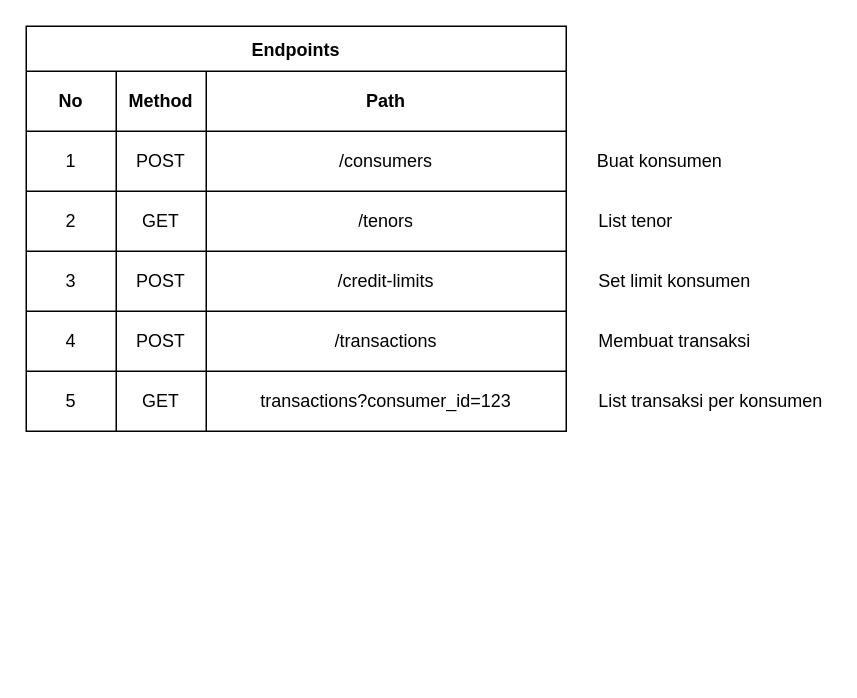
Above: page "endpoints" (4 of 4) of docs/docs.drawio in skyespirates/sikmatek (draw.io), before the change. Source tidied: cells renumbered, new cells numbered last; positions are measured from the earlier drawing's top-left corner, leaving out a move shared by most shapes. Both pictures are drawn from the tidied source at 150%, with x=0, y=0 at pixel (26, 26).
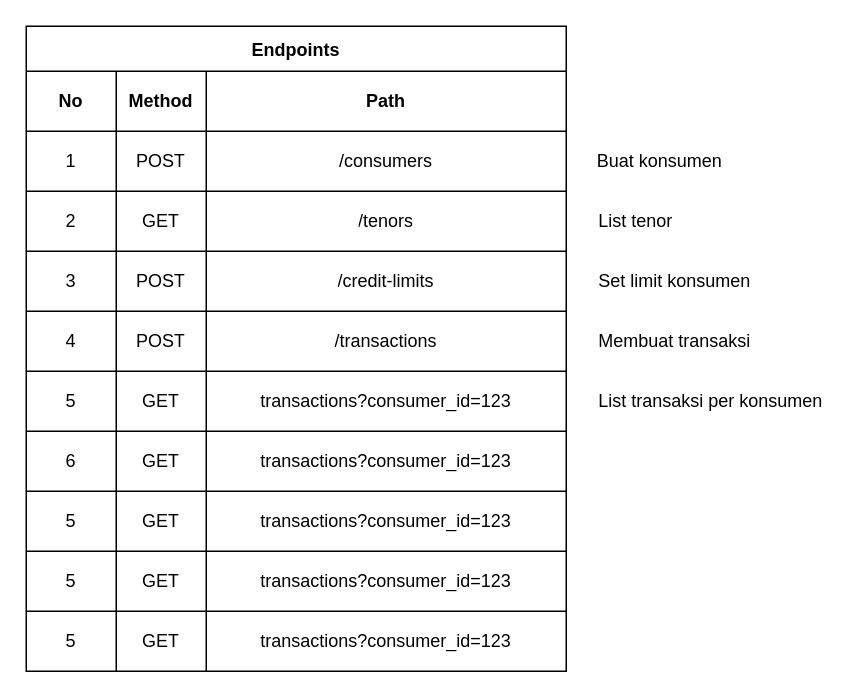
After the change.

Diff of the diagram source:
```diff
@@
     <mxCell id="2" value="Endpoints" style="shape=table;startSize=30;childLayout=tableLayout;fontStyle=1;align=center;" parent="1" vertex="1">
-      <mxGeometry width="360" height="270" as="geometry" />
+      <mxGeometry width="360" height="430" as="geometry" />
     </mxCell>
@@
+    <mxCell id="32" style="shape=partialRectangle;html=1;whiteSpace=wrap;fillColor=none;top=0;left=0;bottom=0;right=0;" parent="2" vertex="1">
+      <mxGeometry y="270" width="360" height="40" as="geometry" />
+    </mxCell>
+    <mxCell id="33" value="6" style="shape=partialRectangle;html=1;whiteSpace=wrap;fillColor=none;top=0;left=0;bottom=0;right=0;overflow=hidden;" parent="32" vertex="1">
+      <mxGeometry width="60" height="40" as="geometry" />
+    </mxCell>
+    <mxCell id="34" value="GET" style="shape=partialRectangle;html=1;whiteSpace=wrap;fillColor=none;top=0;left=0;bottom=0;right=0;overflow=hidden;" parent="32" vertex="1">
+      <mxGeometry x="60" width="60" height="40" as="geometry" />
+    </mxCell>
+    <mxCell id="35" value="transactions?consumer_id=123" style="shape=partialRectangle;html=1;whiteSpace=wrap;fillColor=none;top=0;left=0;bottom=0;right=0;overflow=hidden;" parent="32" vertex="1">
+      <mxGeometry x="120" width="240" height="40" as="geometry" />
+    </mxCell>
+    <mxCell id="36" style="shape=partialRectangle;html=1;whiteSpace=wrap;fillColor=none;top=0;left=0;bottom=0;right=0;" parent="2" vertex="1">
+      <mxGeometry y="310" width="360" height="40" as="geometry" />
+    </mxCell>
+    <mxCell id="37" value="5" style="shape=partialRectangle;html=1;whiteSpace=wrap;fillColor=none;top=0;left=0;bottom=0;right=0;overflow=hidden;" parent="36" vertex="1">
+      <mxGeometry width="60" height="40" as="geometry" />
+    </mxCell>
+    <mxCell id="38" value="GET" style="shape=partialRectangle;html=1;whiteSpace=wrap;fillColor=none;top=0;left=0;bottom=0;right=0;overflow=hidden;" parent="36" vertex="1">
+      <mxGeometry x="60" width="60" height="40" as="geometry" />
+    </mxCell>
+    <mxCell id="39" value="transactions?consumer_id=123" style="shape=partialRectangle;html=1;whiteSpace=wrap;fillColor=none;top=0;left=0;bottom=0;right=0;overflow=hidden;" parent="36" vertex="1">
+      <mxGeometry x="120" width="240" height="40" as="geometry" />
+    </mxCell>
+    <mxCell id="40" style="shape=partialRectangle;html=1;whiteSpace=wrap;fillColor=none;top=0;left=0;bottom=0;right=0;" parent="2" vertex="1">
+      <mxGeometry y="350" width="360" height="40" as="geometry" />
+    </mxCell>
+    <mxCell id="41" value="5" style="shape=partialRectangle;html=1;whiteSpace=wrap;fillColor=none;top=0;left=0;bottom=0;right=0;overflow=hidden;" parent="40" vertex="1">
+      <mxGeometry width="60" height="40" as="geometry" />
+    </mxCell>
+    <mxCell id="42" value="GET" style="shape=partialRectangle;html=1;whiteSpace=wrap;fillColor=none;top=0;left=0;bottom=0;right=0;overflow=hidden;" parent="40" vertex="1">
+      <mxGeometry x="60" width="60" height="40" as="geometry" />
+    </mxCell>
+    <mxCell id="43" value="transactions?consumer_id=123" style="shape=partialRectangle;html=1;whiteSpace=wrap;fillColor=none;top=0;left=0;bottom=0;right=0;overflow=hidden;" parent="40" vertex="1">
+      <mxGeometry x="120" width="240" height="40" as="geometry" />
+    </mxCell>
+    <mxCell id="44" style="shape=partialRectangle;html=1;whiteSpace=wrap;fillColor=none;top=0;left=0;bottom=0;right=0;" parent="2" vertex="1">
+      <mxGeometry y="390" width="360" height="40" as="geometry" />
+    </mxCell>
+    <mxCell id="45" value="5" style="shape=partialRectangle;html=1;whiteSpace=wrap;fillColor=none;top=0;left=0;bottom=0;right=0;overflow=hidden;" parent="44" vertex="1">
+      <mxGeometry width="60" height="40" as="geometry" />
+    </mxCell>
+    <mxCell id="46" value="GET" style="shape=partialRectangle;html=1;whiteSpace=wrap;fillColor=none;top=0;left=0;bottom=0;right=0;overflow=hidden;" parent="44" vertex="1">
+      <mxGeometry x="60" width="60" height="40" as="geometry" />
+    </mxCell>
+    <mxCell id="47" value="transactions?consumer_id=123" style="shape=partialRectangle;html=1;whiteSpace=wrap;fillColor=none;top=0;left=0;bottom=0;right=0;overflow=hidden;" parent="44" vertex="1">
+      <mxGeometry x="120" width="240" height="40" as="geometry" />
+    </mxCell>
```
